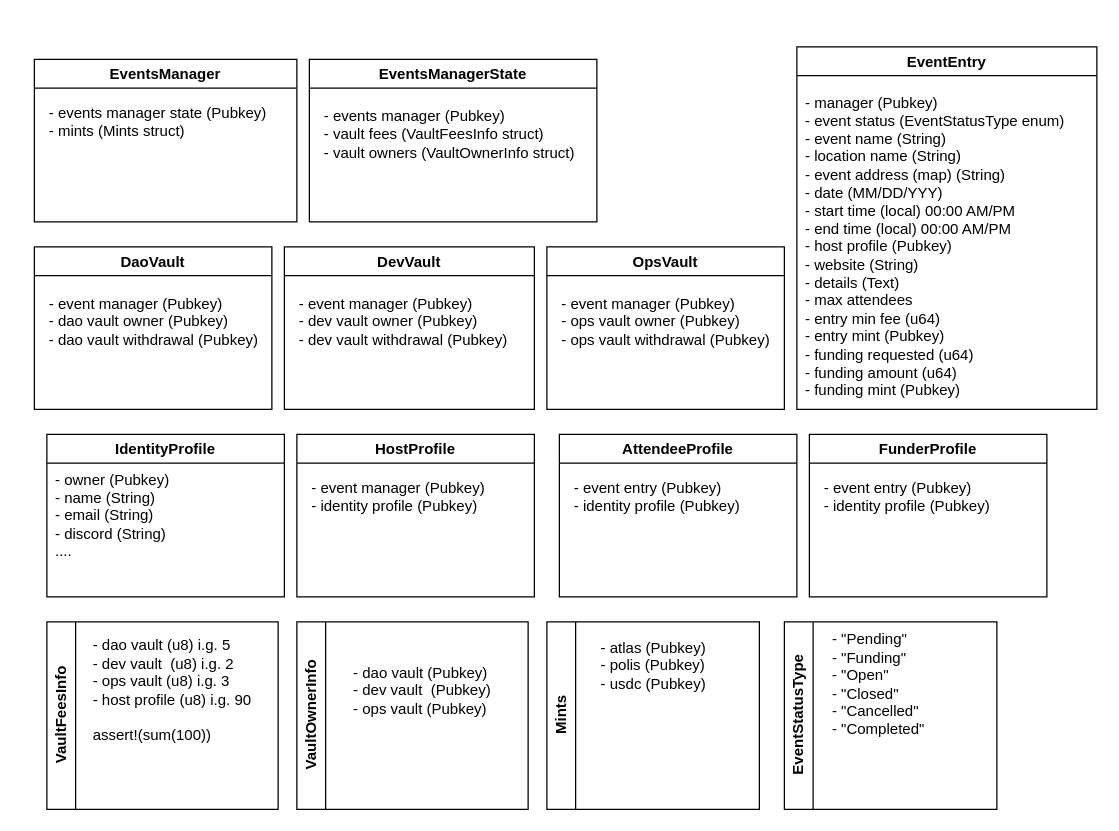
The draw.io diagram docs/meetups.drawio in ttdonovan/staratlas-meetups, before the edit. Source tidied: cells renumbered, new cells numbered last; positions are measured from the earlier drawing's top-left corner, leaving out a move shared by most shapes. Both pictures are drawn from the tidied source at 125%, with x=0, y=0 at pixel (34, 46).
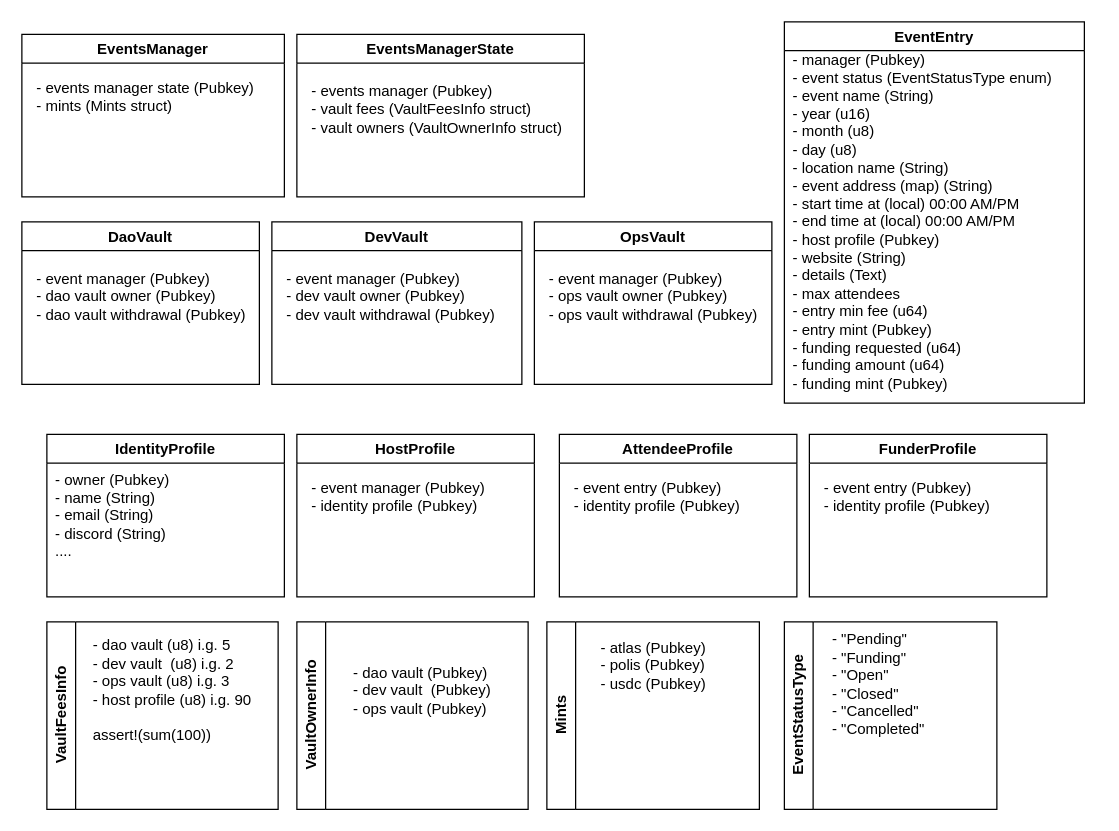
Above is the later version.

The edit, as a diff of the source:
```diff
@@
     <mxCell id="4" value="DaoVault" style="swimlane;startSize=23;" parent="1" vertex="1">
-      <mxGeometry y="160" width="190" height="130" as="geometry" />
+      <mxGeometry x="-10" y="140" width="190" height="130" as="geometry" />
     </mxCell>
@@
     <mxCell id="6" value="DevVault" style="swimlane;startSize=23;" parent="1" vertex="1">
-      <mxGeometry x="200" y="160" width="200" height="130" as="geometry" />
+      <mxGeometry x="190" y="140" width="200" height="130" as="geometry" />
     </mxCell>
@@
     <mxCell id="8" value="OpsVault" style="swimlane;startSize=23;" parent="1" vertex="1">
-      <mxGeometry x="410" y="160" width="190" height="130" as="geometry" />
+      <mxGeometry x="400" y="140" width="190" height="130" as="geometry" />
     </mxCell>
@@
     <mxCell id="10" value="EventsManager" style="swimlane;startSize=23;" parent="1" vertex="1">
-      <mxGeometry y="10" width="210" height="130" as="geometry" />
+      <mxGeometry x="-10" y="-10" width="210" height="130" as="geometry" />
     </mxCell>
@@
     <mxCell id="12" value="EventsManagerState" style="swimlane;startSize=23;" parent="1" vertex="1">
-      <mxGeometry x="220" y="10" width="230" height="130" as="geometry" />
+      <mxGeometry x="210" y="-10" width="230" height="130" as="geometry" />
     </mxCell>
@@
     <mxCell id="26" value="EventEntry" style="swimlane;startSize=23;" parent="1" vertex="1">
-      <mxGeometry x="610" width="240" height="290" as="geometry" />
+      <mxGeometry x="600" y="-20" width="240" height="305" as="geometry" />
     </mxCell>
-    <mxCell id="27" value="&lt;div style=&quot;&quot;&gt;- manager (Pubkey)&lt;/div&gt;&lt;div style=&quot;&quot;&gt;- event status (EventStatusType enum)&lt;/div&gt;&lt;div style=&quot;&quot;&gt;- event name (String)&lt;/div&gt;&lt;div style=&quot;&quot;&gt;- location name (String)&lt;/div&gt;&lt;div style=&quot;&quot;&gt;- event address (map) (String)&lt;/div&gt;&lt;div style=&quot;&quot;&gt;- date (MM/DD/YYY)&lt;/div&gt;&lt;div style=&quot;&quot;&gt;- start time (local) 00:00 AM/PM&lt;/div&gt;&lt;div style=&quot;&quot;&gt;- end time (local) 00:00 AM/PM&lt;/div&gt;&lt;div style=&quot;&quot;&gt;- host profile (Pubkey)&lt;/div&gt;&lt;div style=&quot;&quot;&gt;- website (String)&lt;/div&gt;&lt;div style=&quot;&quot;&gt;- details (Text)&lt;/div&gt;&lt;div style=&quot;&quot;&gt;- max attendees&lt;/div&gt;&lt;div style=&quot;&quot;&gt;- entry min fee (u64)&lt;/div&gt;&lt;div style=&quot;&quot;&gt;- entry mint (Pubkey)&lt;/div&gt;&lt;div style=&quot;&quot;&gt;- funding requested (u64)&lt;/div&gt;&lt;div style=&quot;&quot;&gt;- funding amount (u64)&lt;/div&gt;&lt;div style=&quot;&quot;&gt;- funding mint (Pubkey)&lt;/div&gt;" style="text;html=1;align=left;verticalAlign=middle;strokeColor=none;fillColor=none;" parent="26" vertex="1">
-      <mxGeometry x="5" y="30" width="230" height="260" as="geometry" />
+    <mxCell id="27" value="&lt;div style=&quot;&quot;&gt;- manager (Pubkey)&lt;/div&gt;&lt;div style=&quot;&quot;&gt;- event status (EventStatusType enum)&lt;/div&gt;&lt;div style=&quot;&quot;&gt;- event name (String)&lt;/div&gt;&lt;div style=&quot;&quot;&gt;- year (u16)&lt;/div&gt;&lt;div style=&quot;&quot;&gt;- month (u8)&lt;/div&gt;&lt;div style=&quot;&quot;&gt;- day (u8)&lt;/div&gt;&lt;div style=&quot;&quot;&gt;- location name (String)&lt;/div&gt;&lt;div style=&quot;&quot;&gt;- event address (map) (String)&lt;/div&gt;&lt;div style=&quot;&quot;&gt;- start time at (local) 00:00 AM/PM&lt;/div&gt;&lt;div style=&quot;&quot;&gt;- end time at (local) 00:00 AM/PM&lt;/div&gt;&lt;div style=&quot;&quot;&gt;- host profile (Pubkey)&lt;/div&gt;&lt;div style=&quot;&quot;&gt;- website (String)&lt;/div&gt;&lt;div style=&quot;&quot;&gt;- details (Text)&lt;/div&gt;&lt;div style=&quot;&quot;&gt;- max attendees&lt;/div&gt;&lt;div style=&quot;&quot;&gt;- entry min fee (u64)&lt;/div&gt;&lt;div style=&quot;&quot;&gt;- entry mint (Pubkey)&lt;/div&gt;&lt;div style=&quot;&quot;&gt;- funding requested (u64)&lt;/div&gt;&lt;div style=&quot;&quot;&gt;- funding amount (u64)&lt;/div&gt;&lt;div style=&quot;&quot;&gt;- funding mint (Pubkey)&lt;/div&gt;" style="text;html=1;align=left;verticalAlign=middle;strokeColor=none;fillColor=none;" parent="26" vertex="1">
+      <mxGeometry x="5" y="15" width="230" height="290" as="geometry" />
     </mxCell>
```
